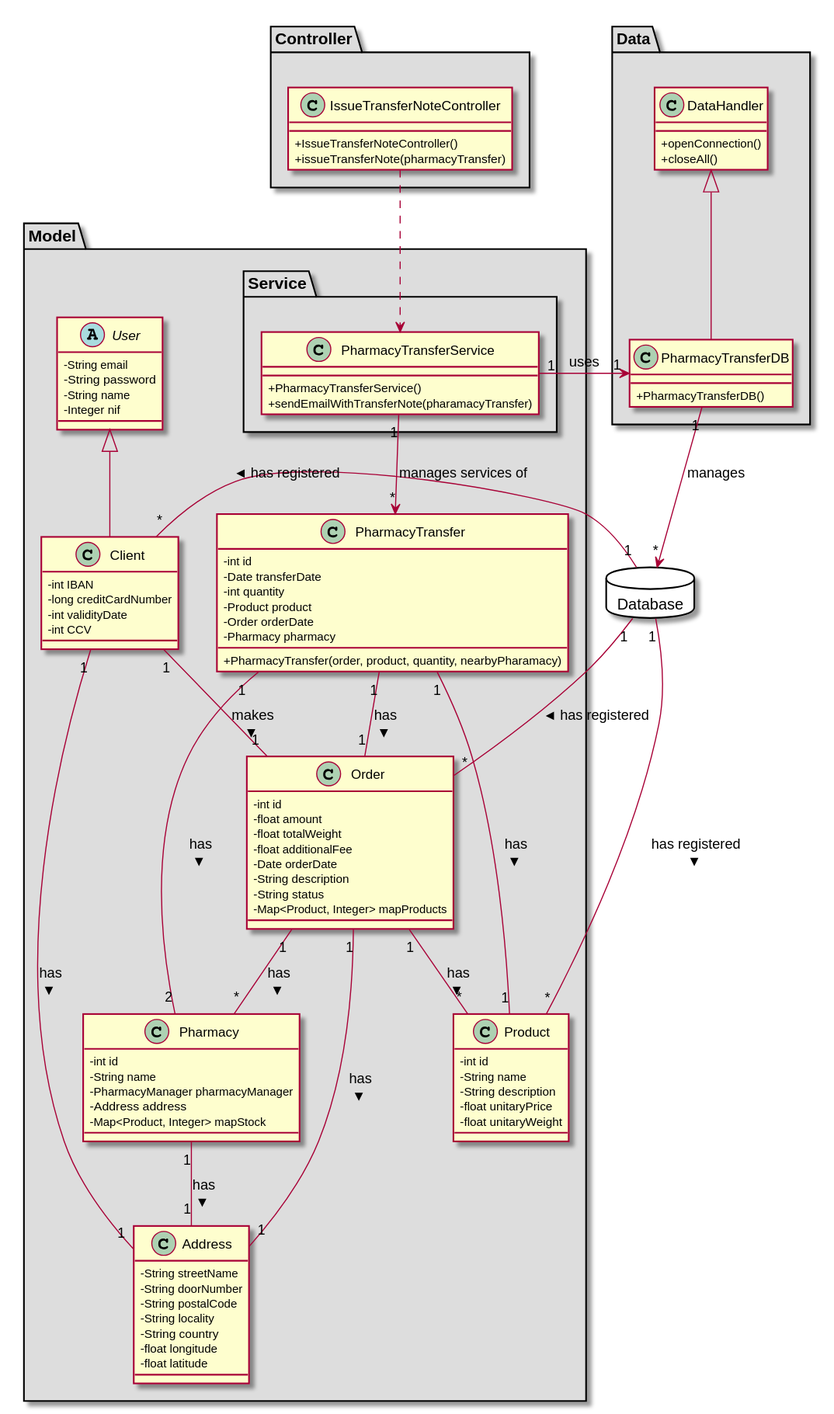
tiagoavcosta25/LAPR3 keeps this PlantUML diagram as docs/Iteration 2/Pharmacy Management/US202_IssueTransferNote/US202_CD.svg. Above is the earlier version.
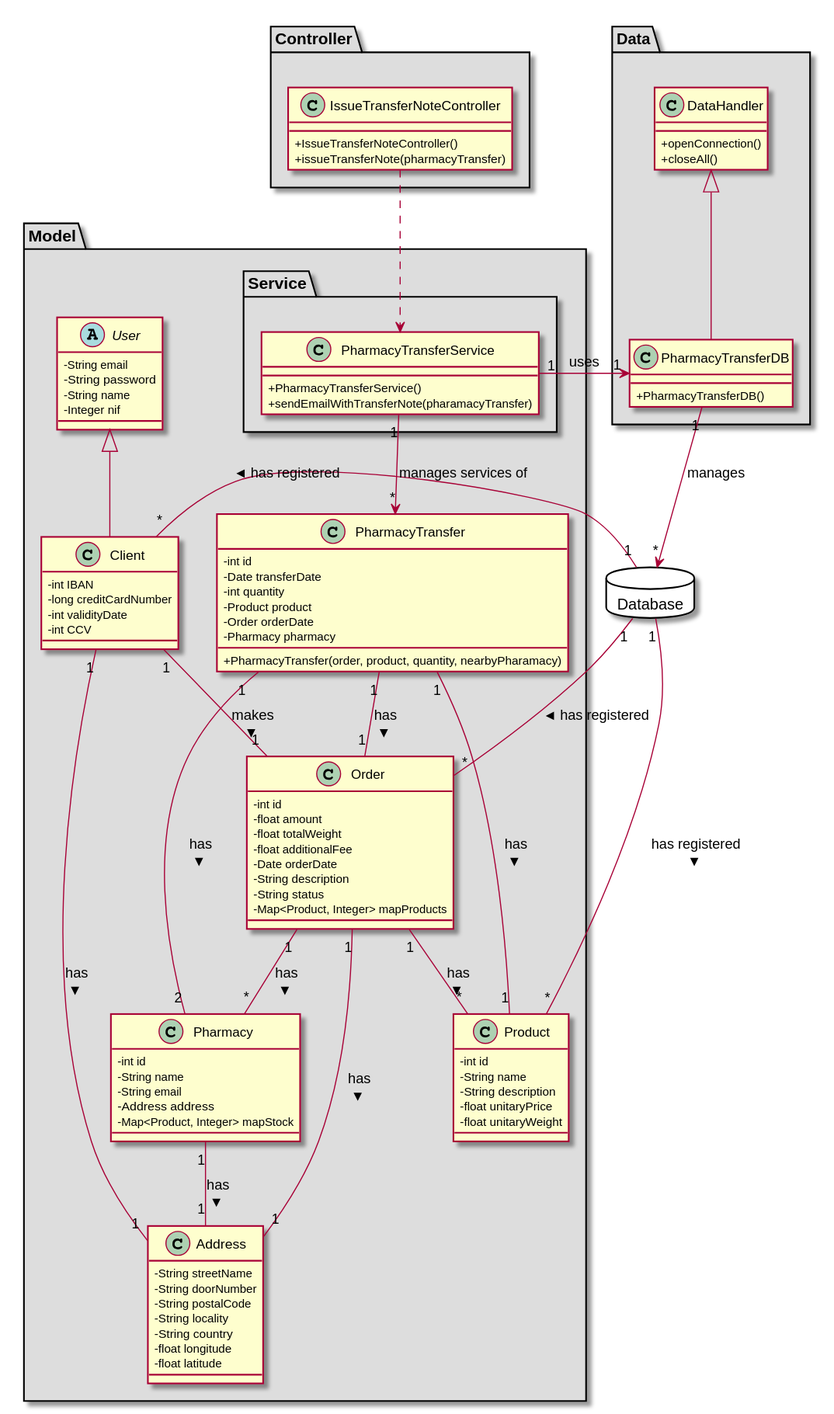
The same diagram one commit later.

What changed in the source:
```diff
@@ -44,7 +44,7 @@
 class Pharmacy{
 -   int id
 -   String name
--   PharmacyManager pharmacyManager
+-   String email
 -   Address address
 -   Map<Product, Integer> mapStock
 }
```
